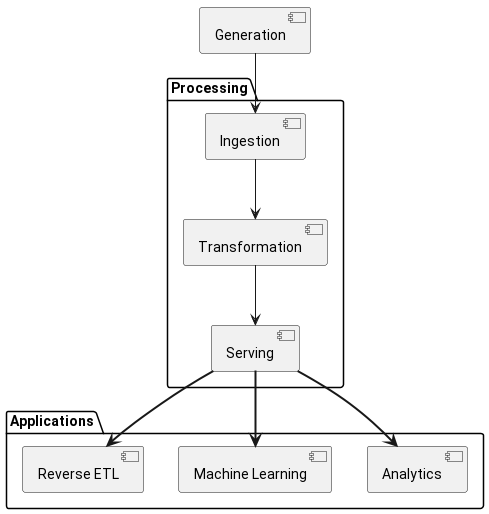
Earlier version of the PlantUML export Content/images/data-eng-lifecycle.png (rajp152k/buffer).
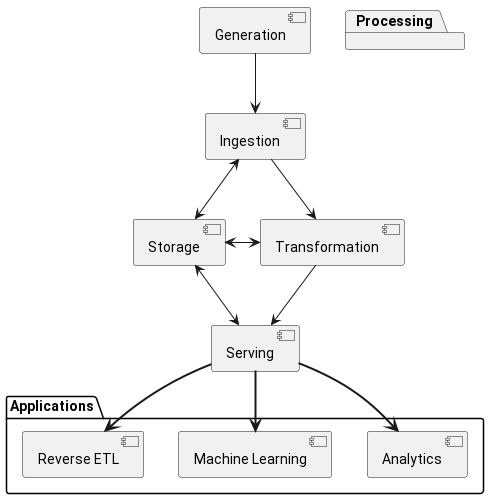
The same diagram one commit later.

Change to the diagram source:
```diff
@@ -1,4 +1,8 @@
 @startuml
+[Ingestion] <-> [Storage]
+[Storage] <-> [Transformation]
+[Storage] <-> [Serving]
+
 package Processing {
         [Ingestion] --> [Transformation]
         [Transformation]  --> [Serving]
```
